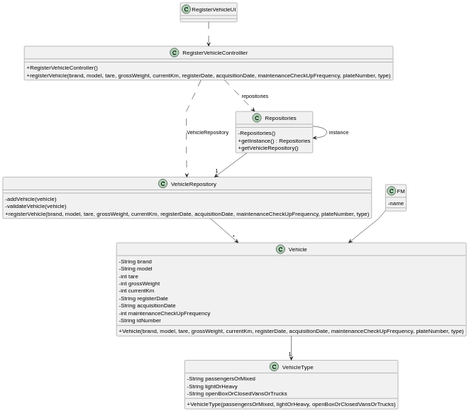
daniel41silva05/ISEP_2023_2024_LAPR2 keeps this PlantUML diagram as docs/sprintA&B/us006/03.design/svg/us006-class-diagram.svg. Above is the earlier version.
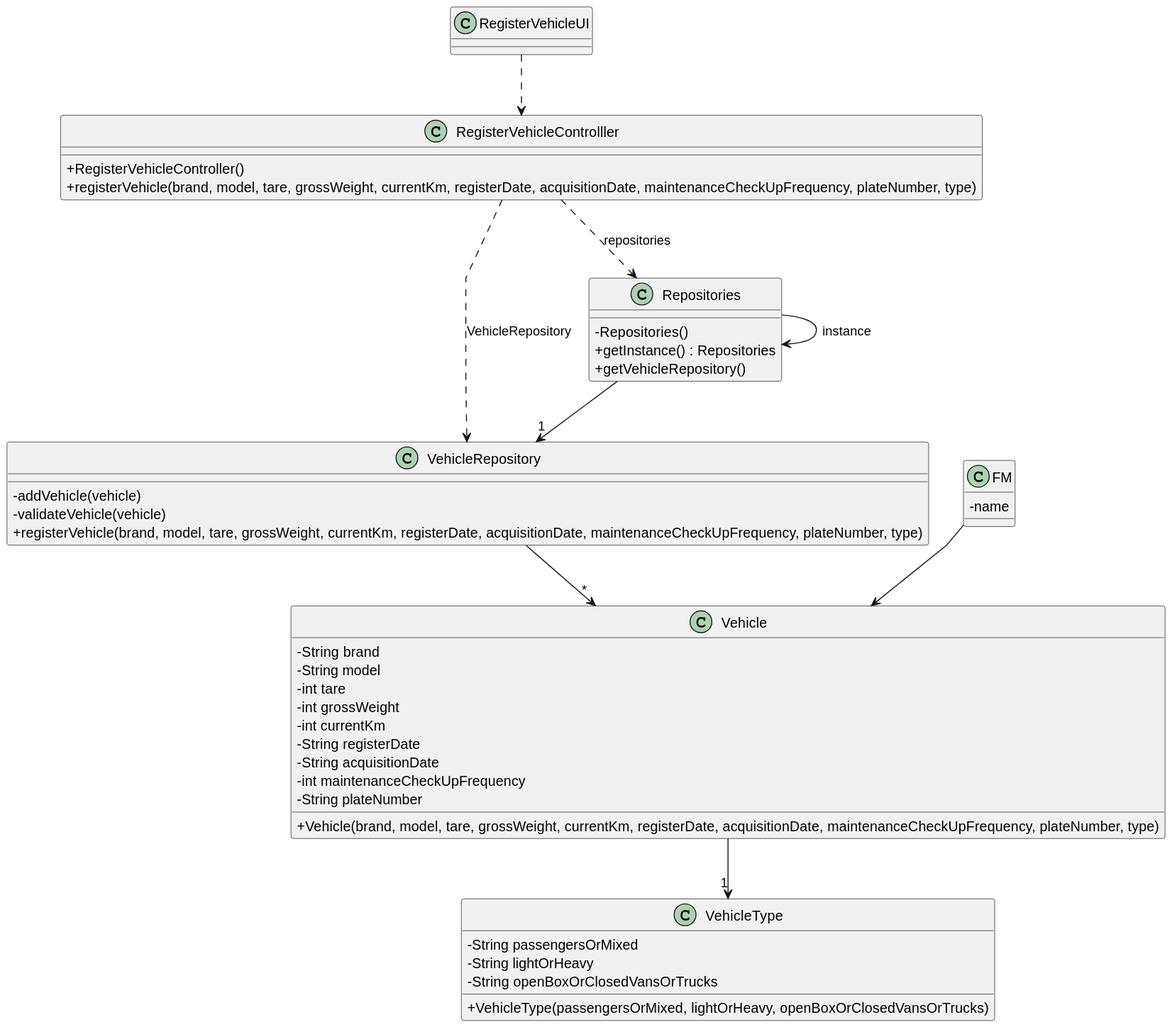
Later version of the same file.

Change to the diagram source:
```diff
@@ -30,7 +30,7 @@
     -String registerDate
     -String acquisitionDate
     -int maintenanceCheckUpFrequency
-    -String idNumber
+    -String plateNumber
     +Vehicle(brand, model, tare, grossWeight, currentKm, registerDate, acquisitionDate, maintenanceCheckUpFrequency, plateNumber, type)
 
 }
```
